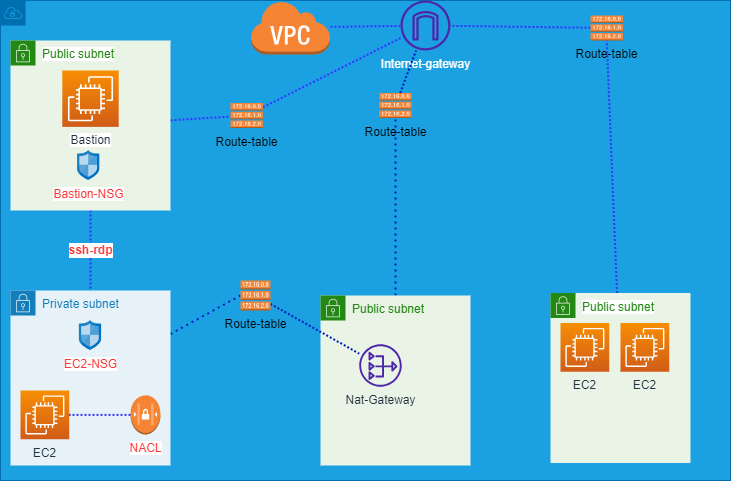
Before: Full Deployment/aws.drawio.png, a diagram exported from draw.io (EzioDEVio/terraform-functions-tutorial). Source tidied: cells renumbered, new cells last; positions are measured from the earlier drawing's top-left corner, leaving out a move shared by most shapes.
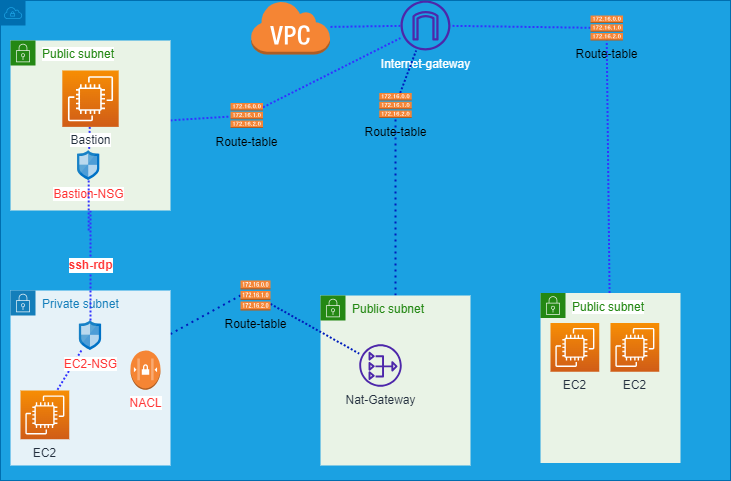
The same diagram one commit later.

What changed in the source:
```diff
@@ -29,15 +29,15 @@
     <mxCell id="10" value="EC2" style="sketch=0;points=[[0,0,0],[0.25,0,0],[0.5,0,0],[0.75,0,0],[1,0,0],[0,1,0],[0.25,1,0],[0.5,1,0],[0.75,1,0],[1,1,0],[0,0.25,0],[0,0.5,0],[0,0.75,0],[1,0.25,0],[1,0.5,0],[1,0.75,0]];outlineConnect=0;fontColor=#232F3E;gradientColor=#F78E04;gradientDirection=north;fillColor=#D05C17;strokeColor=#ffffff;dashed=0;verticalLabelPosition=bottom;verticalAlign=top;align=center;html=1;fontSize=12;fontStyle=0;shape=mxgraph.aws4.resourceIcon;resIcon=mxgraph.aws4.ec2;" parent="9" vertex="1">
       <mxGeometry x="10" y="100" width="48.8" height="48.8" as="geometry" />
     </mxCell>
-    <mxCell id="11" style="edgeStyle=none;sketch=0;html=1;dashed=1;dashPattern=1 1;strokeColor=#3333FF;strokeWidth=2;fontColor=#FFFFFF;endArrow=none;endFill=0;" parent="9" edge="1" source="12" target="10">
-      <mxGeometry relative="1" as="geometry" />
-    </mxCell>
+    <mxCell id="32" style="edgeStyle=none;sketch=0;html=1;entryX=0.75;entryY=0;entryDx=0;entryDy=0;entryPerimeter=0;dashed=1;dashPattern=1 1;labelBackgroundColor=#FFFFFF;strokeColor=#3333FF;strokeWidth=2;fontSize=12;fontColor=#FF0000;endArrow=none;endFill=0;" parent="9" edge="1" source="13" target="10">
+      <mxGeometry relative="1" as="geometry" />
+    </mxCell>
+    <mxCell id="13" value="EC2-NSG" style="sketch=0;html=1;points=[];align=center;image;fontSize=12;image=img/lib/mscae/Network_Security_Groups_Classic.svg;labelBackgroundColor=#FFFFFF;fontColor=#FF3333;gradientColor=default;" parent="9" vertex="1">
+      <mxGeometry x="68.9" y="30" width="22.2" height="30" as="geometry" />
+    </mxCell>
     <mxCell id="12" value="&lt;font style=&quot;background-color: rgb(255, 255, 255);&quot; color=&quot;#ff3333&quot;&gt;NACL&lt;/font&gt;" style="outlineConnect=0;dashed=0;verticalLabelPosition=bottom;verticalAlign=top;align=center;html=1;shape=mxgraph.aws3.network_access_controllist;fillColor=#F58534;gradientColor=none;labelBackgroundColor=#000000;fontColor=#FFFFFF;" parent="9" vertex="1">
-      <mxGeometry x="120" y="104.7" width="30" height="39.4" as="geometry" />
+      <mxGeometry x="120" y="60" width="30" height="39.4" as="geometry" />
     </mxCell>
-    <mxCell id="13" value="EC2-NSG" style="sketch=0;html=1;points=[];align=center;image;fontSize=12;image=img/lib/mscae/Network_Security_Groups_Classic.svg;labelBackgroundColor=#FFFFFF;fontColor=#FF3333;gradientColor=default;" parent="9" vertex="1">
-      <mxGeometry x="68.9" y="30" width="22.2" height="30" as="geometry" />
-    </mxCell>
     <mxCell id="14" style="edgeStyle=none;html=1;dashed=1;dashPattern=1 1;strokeWidth=2;fillColor=#0050ef;strokeColor=#001DBC;endArrow=none;endFill=0;" parent="2" edge="1" source="15" target="4">
       <mxGeometry relative="1" as="geometry" />
     </mxCell>
@@ -57,7 +57,7 @@
       <mxGeometry relative="1" as="geometry" />
     </mxCell>
     <mxCell id="20" value="&lt;span style=&quot;background-color: rgb(255, 255, 255);&quot;&gt;Public subnet&lt;/span&gt;" style="points=[[0,0],[0.25,0],[0.5,0],[0.75,0],[1,0],[1,0.25],[1,0.5],[1,0.75],[1,1],[0.75,1],[0.5,1],[0.25,1],[0,1],[0,0.75],[0,0.5],[0,0.25]];outlineConnect=0;gradientColor=none;html=1;whiteSpace=wrap;fontSize=12;fontStyle=0;shape=mxgraph.aws4.group;grIcon=mxgraph.aws4.group_security_group;grStroke=0;strokeColor=#248814;fillColor=#E9F3E6;verticalAlign=top;align=left;spacingLeft=30;fontColor=#248814;dashed=0;labelBackgroundColor=#000000;" parent="2" vertex="1">
-      <mxGeometry x="550" y="292.5" width="140" height="170" as="geometry" />
+      <mxGeometry x="540" y="292.5" width="140" height="170" as="geometry" />
     </mxCell>
     <mxCell id="21" value="EC2" style="sketch=0;fontColor=#232F3E;gradientColor=#F78E04;gradientDirection=north;fillColor=#D05C17;strokeColor=#ffffff;dashed=0;verticalLabelPosition=bottom;verticalAlign=top;align=center;html=1;fontSize=12;fontStyle=0;shape=mxgraph.aws4.resourceIcon;resIcon=mxgraph.aws4.ec2;" parent="20" vertex="1">
       <mxGeometry x="70" y="30" width="48.8" height="48.8" as="geometry" />
@@ -71,7 +71,7 @@
     <mxCell id="24" value="Route-table" style="outlineConnect=0;dashed=0;verticalLabelPosition=bottom;verticalAlign=top;align=center;html=1;shape=mxgraph.aws3.route_table;fillColor=#F58536;gradientColor=none;" parent="2" vertex="1">
       <mxGeometry x="590" y="15" width="32.5" height="25" as="geometry" />
     </mxCell>
-    <mxCell id="25" value="&lt;span style=&quot;background-color: rgb(255, 255, 255);&quot;&gt;&lt;b&gt;&lt;font style=&quot;font-size: 12px;&quot;&gt;ssh-rdp&lt;/font&gt;&lt;/b&gt;&lt;/span&gt;" style="edgeStyle=none;sketch=0;html=1;entryX=0.5;entryY=0;entryDx=0;entryDy=0;dashed=1;dashPattern=1 1;strokeColor=#3333FF;strokeWidth=2;fontColor=#FF3333;endArrow=none;endFill=0;" parent="2" edge="1" source="27" target="9">
+    <mxCell id="25" value="&lt;span style=&quot;background-color: rgb(255, 255, 255);&quot;&gt;&lt;b&gt;&lt;font style=&quot;font-size: 12px;&quot;&gt;ssh-rdp&lt;/font&gt;&lt;/b&gt;&lt;/span&gt;" style="edgeStyle=none;sketch=0;html=1;dashed=1;dashPattern=1 1;strokeColor=#3333FF;strokeWidth=2;fontColor=#FF3333;endArrow=none;endFill=0;" parent="2" edge="1" source="27" target="13">
       <mxGeometry relative="1" as="geometry" />
     </mxCell>
     <mxCell id="26" style="edgeStyle=none;sketch=0;html=1;dashed=1;dashPattern=1 1;labelBackgroundColor=#FFFFFF;strokeColor=#3333FF;strokeWidth=2;fontSize=12;fontColor=#FF0000;endArrow=none;endFill=0;" parent="2" edge="1" source="27" target="31">
@@ -80,6 +80,9 @@
     <mxCell id="27" value="&lt;span style=&quot;background-color: rgb(255, 255, 255);&quot;&gt;Public subnet&lt;/span&gt;" style="points=[[0,0],[0.25,0],[0.5,0],[0.75,0],[1,0],[1,0.25],[1,0.5],[1,0.75],[1,1],[0.75,1],[0.5,1],[0.25,1],[0,1],[0,0.75],[0,0.5],[0,0.25]];outlineConnect=0;gradientColor=none;html=1;whiteSpace=wrap;fontSize=12;fontStyle=0;shape=mxgraph.aws4.group;grIcon=mxgraph.aws4.group_security_group;grStroke=0;strokeColor=#248814;fillColor=#E9F3E6;verticalAlign=top;align=left;spacingLeft=30;fontColor=#248814;dashed=0;labelBackgroundColor=#000000;" parent="2" vertex="1">
       <mxGeometry x="10" y="40" width="160" height="170" as="geometry" />
     </mxCell>
+    <mxCell id="33" style="edgeStyle=none;sketch=0;html=1;dashed=1;dashPattern=1 1;labelBackgroundColor=#FFFFFF;strokeColor=#3333FF;strokeWidth=2;fontSize=12;fontColor=#FF0000;endArrow=none;endFill=0;" parent="27" edge="1" source="28" target="29">
+      <mxGeometry relative="1" as="geometry" />
+    </mxCell>
     <mxCell id="28" value="Bastion" style="sketch=0;points=[[0,0,0],[0.25,0,0],[0.5,0,0],[0.75,0,0],[1,0,0],[0,1,0],[0.25,1,0],[0.5,1,0],[0.75,1,0],[1,1,0],[0,0.25,0],[0,0.5,0],[0,0.75,0],[1,0.25,0],[1,0.5,0],[1,0.75,0]];outlineConnect=0;fontColor=#232F3E;gradientColor=#F78E04;gradientDirection=north;fillColor=#D05C17;strokeColor=#ffffff;dashed=0;verticalLabelPosition=bottom;verticalAlign=top;align=center;html=1;fontSize=12;fontStyle=0;shape=mxgraph.aws4.resourceIcon;resIcon=mxgraph.aws4.ec2;labelBackgroundColor=#FFFFFF;" parent="27" vertex="1">
       <mxGeometry x="51.8" y="30" width="56.4" height="56.4" as="geometry" />
     </mxCell>
@@ -92,5 +95,10 @@
     <mxCell id="31" value="Route-table" style="outlineConnect=0;dashed=0;verticalLabelPosition=bottom;verticalAlign=top;align=center;html=1;shape=mxgraph.aws3.route_table;fillColor=#F58536;gradientColor=none;" parent="2" vertex="1">
       <mxGeometry x="230" y="102.5" width="32.5" height="25" as="geometry" />
     </mxCell>
+    <mxCell id="34" style="edgeStyle=none;sketch=0;html=1;dashed=1;dashPattern=1 1;labelBackgroundColor=#FFFFFF;strokeColor=#3333FF;strokeWidth=2;fontSize=12;fontColor=#FF0000;endArrow=none;endFill=0;" parent="1" edge="1" source="29">
+      <mxGeometry relative="1" as="geometry">
+        <mxPoint x="88.2" y="230" as="targetPoint" />
+      </mxGeometry>
+    </mxCell>
   </root>
 </mxGraphModel>
```
